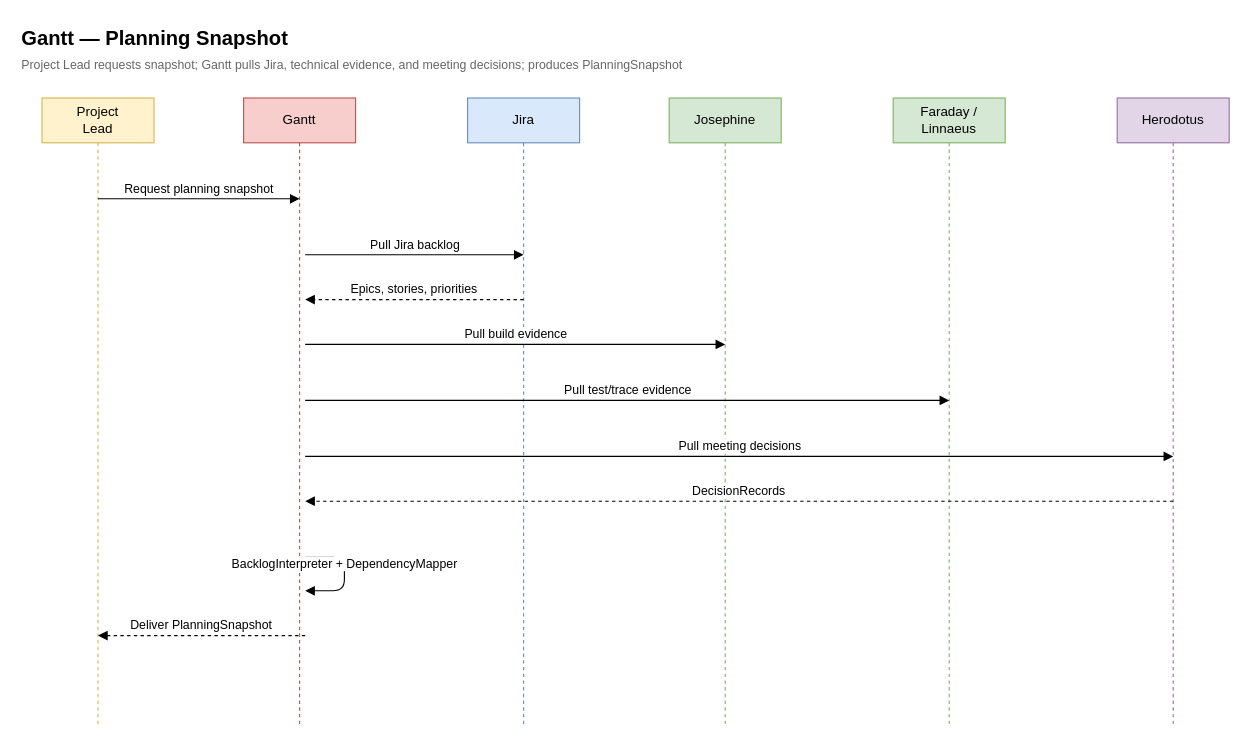
Before: page "Planning Snapshot" (1 of 2) of docs/diagrams/workforce/GANTT_SEQUENCE.drawio in jmac-cornelis/agent-workforce, a draw.io diagram. Source tidied: cells renumbered, new cells numbered last; positions are measured from the earlier drawing's top-left corner, leaving out a move shared by most shapes. Both pictures are drawn from the tidied source at 112%, with x=0, y=0 at pixel (19, 19).
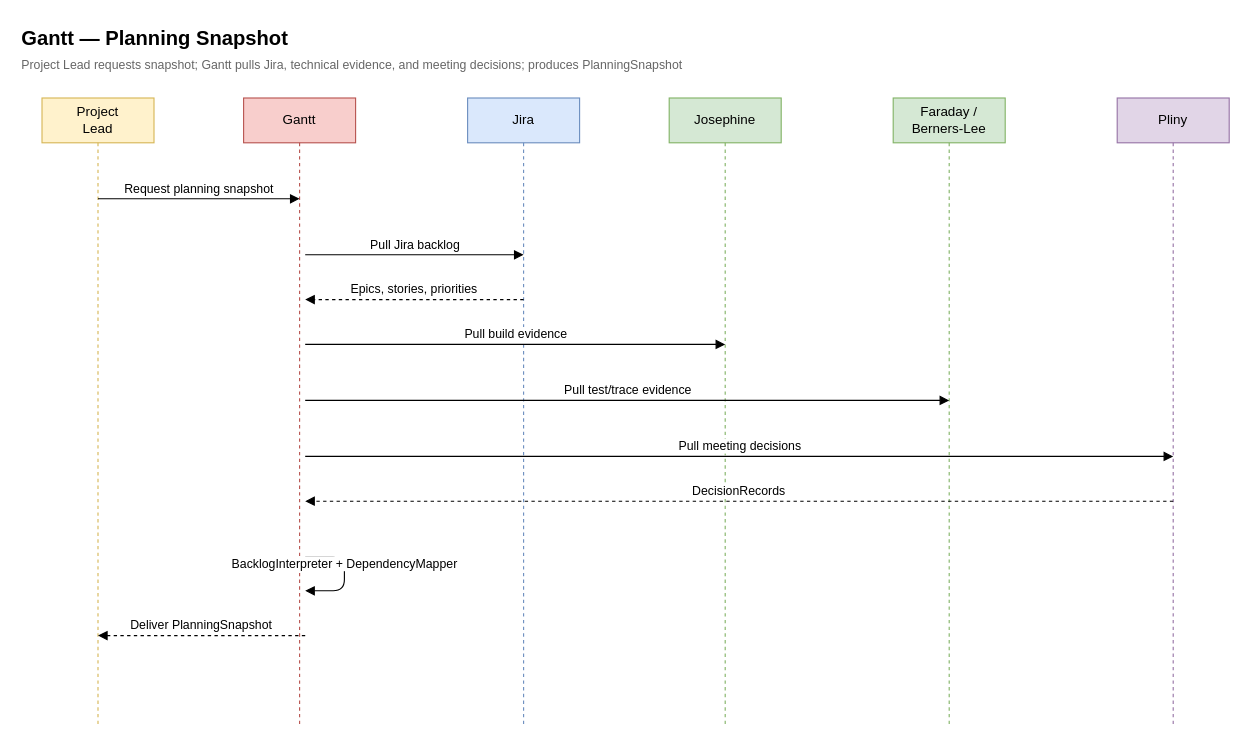
The same diagram, later.

Diff of the diagram source:
```diff
@@
-    <mxCell id="8" value="Faraday /&#10;Linnaeus" style="shape=umlLifeline;perimeter=lifelinePerimeter;whiteSpace=wrap;html=1;size=40;fillColor=#d5e8d4;strokeColor=#82b366;" parent="1" vertex="1">
+    <mxCell id="8" value="Faraday /&#10;Berners-Lee" style="shape=umlLifeline;perimeter=lifelinePerimeter;whiteSpace=wrap;html=1;size=40;fillColor=#d5e8d4;strokeColor=#82b366;" parent="1" vertex="1">
       <mxGeometry x="780" y="70" width="100" height="560" as="geometry" />
     </mxCell>
-    <mxCell id="9" value="Herodotus" style="shape=umlLifeline;perimeter=lifelinePerimeter;whiteSpace=wrap;html=1;size=40;fillColor=#e1d5e7;strokeColor=#9673a6;" parent="1" vertex="1">
+    <mxCell id="9" value="Pliny" style="shape=umlLifeline;perimeter=lifelinePerimeter;whiteSpace=wrap;html=1;size=40;fillColor=#e1d5e7;strokeColor=#9673a6;" parent="1" vertex="1">
       <mxGeometry x="980" y="70" width="100" height="560" as="geometry" />
     </mxCell>
```
